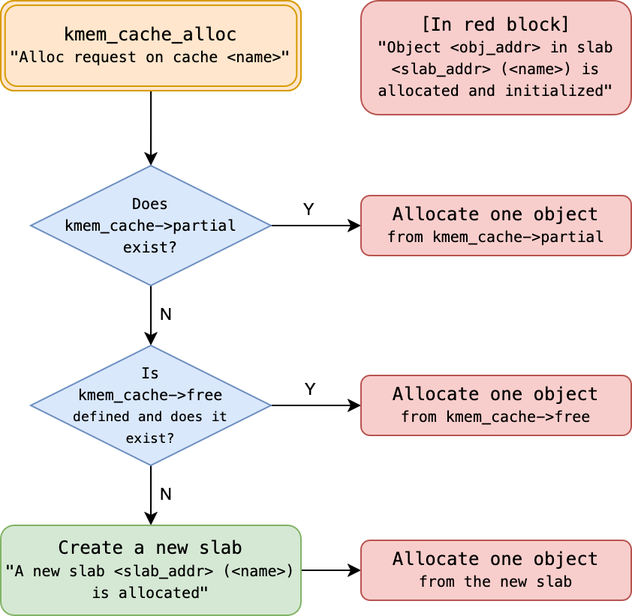
Shiritai/xv6-ntu-mp keeps this draw.io diagram as doc/img/mp2-slab-alloc.png. Above is the earlier version. Source tidied: cells renumbered, new cells last; positions are measured from the earlier drawing's top-left corner, leaving out a move shared by most shapes.
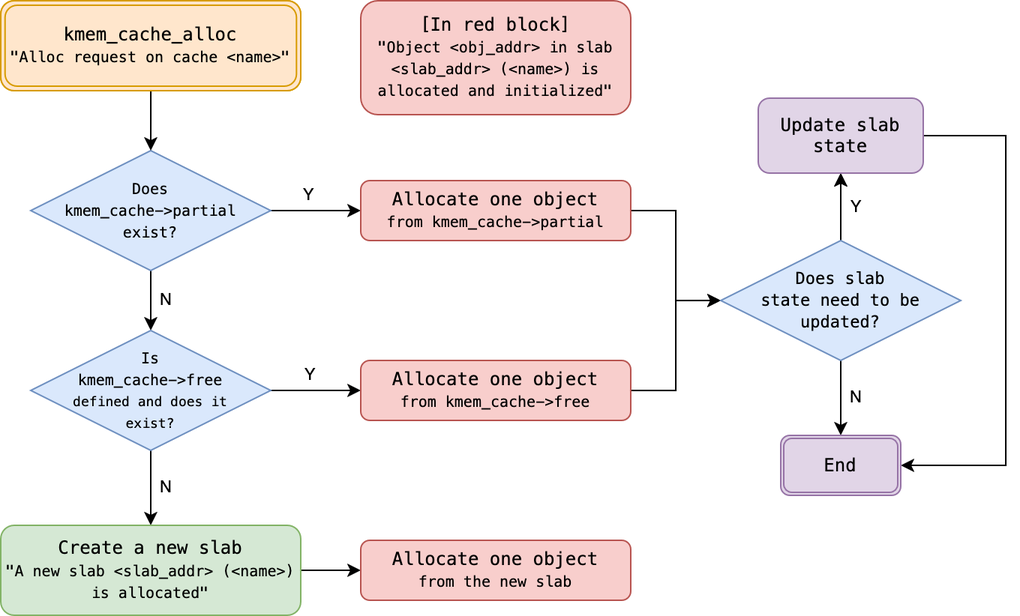
The same file after the commit.

Commit message:
[doc] Fix misleading flowchart and update doc

Diff of the diagram source:
```diff
@@ -19,10 +19,13 @@
       </mxGeometry>
     </mxCell>
     <mxCell id="6" value="&lt;div&gt;&lt;font style=&quot;font-size: 10px;&quot; face=&quot;MesloLGM Nerd Font&quot;&gt;Does&lt;br&gt;kmem_cache-&amp;gt;partial&lt;/font&gt;&lt;/div&gt;&lt;div&gt;&lt;font style=&quot;font-size: 10px;&quot; face=&quot;MesloLGM Nerd Font&quot;&gt;exist?&lt;/font&gt;&lt;/div&gt;" style="rhombus;whiteSpace=wrap;html=1;fillColor=#dae8fc;strokeColor=#6c8ebf;rounded=0;" parent="1" vertex="1">
-      <mxGeometry x="20" y="110" width="160" height="80" as="geometry" />
+      <mxGeometry x="-140" y="90" width="160" height="80" as="geometry" />
     </mxCell>
+    <mxCell id="22" style="edgeStyle=orthogonalEdgeStyle;rounded=0;jettySize=auto;html=1;entryX=0;entryY=0.5;entryDx=0;entryDy=0;" parent="1" edge="1" source="7" target="27">
+      <mxGeometry relative="1" as="geometry" />
+    </mxCell>
     <mxCell id="7" value="&lt;div&gt;&lt;font face=&quot;MesloLGM Nerd Font&quot;&gt;Allocate one &lt;/font&gt;&lt;font face=&quot;MesloLGM Nerd Font&quot;&gt;object&lt;/font&gt;&lt;/div&gt;&lt;div&gt;&lt;font style=&quot;font-size: 10px;&quot; face=&quot;MesloLGM Nerd Font&quot;&gt;from &lt;font&gt;kmem_cache-&amp;gt;partial&lt;/font&gt;&lt;/font&gt;&lt;/div&gt;" style="rounded=1;whiteSpace=wrap;html=1;fillColor=#f8cecc;strokeColor=#b85450;" parent="1" vertex="1">
-      <mxGeometry x="240" y="130" width="180" height="40" as="geometry" />
+      <mxGeometry x="80" y="110" width="180" height="40" as="geometry" />
     </mxCell>
     <mxCell id="8" value="N" style="edgeStyle=orthogonalEdgeStyle;rounded=0;jettySize=auto;html=1;entryX=0.5;entryY=0;entryDx=0;entryDy=0;labelBackgroundColor=none;" parent="1" edge="1" source="11" target="14">
       <mxGeometry y="10" relative="1" as="geometry" />
@@ -36,28 +39,31 @@
       </mxGeometry>
     </mxCell>
     <mxCell id="11" value="&lt;div&gt;&lt;font style=&quot;font-size: 10px;&quot; face=&quot;MesloLGM Nerd Font&quot;&gt;Is&lt;br&gt;kmem_cache-&amp;gt;free&lt;/font&gt;&lt;/div&gt;&lt;div&gt;&lt;font style=&quot;font-size: 9px;&quot; face=&quot;MesloLGM Nerd Font&quot;&gt;defined and does it&lt;/font&gt;&lt;/div&gt;&lt;div&gt;&lt;font style=&quot;font-size: 9px;&quot; face=&quot;MesloLGM Nerd Font&quot;&gt;exist?&lt;/font&gt;&lt;/div&gt;" style="rhombus;whiteSpace=wrap;html=1;fillColor=#dae8fc;strokeColor=#6c8ebf;rounded=0;" parent="1" vertex="1">
-      <mxGeometry x="20" y="230" width="160" height="80" as="geometry" />
+      <mxGeometry x="-140" y="210" width="160" height="80" as="geometry" />
     </mxCell>
+    <mxCell id="23" style="edgeStyle=orthogonalEdgeStyle;rounded=0;jettySize=auto;html=1;entryX=0;entryY=0.5;entryDx=0;entryDy=0;" parent="1" edge="1" source="12" target="27">
+      <mxGeometry relative="1" as="geometry" />
+    </mxCell>
     <mxCell id="12" value="&lt;div&gt;&lt;font face=&quot;MesloLGM Nerd Font&quot;&gt;Allocate one &lt;/font&gt;&lt;font face=&quot;MesloLGM Nerd Font&quot;&gt;object&lt;/font&gt;&lt;div&gt;&lt;font style=&quot;font-size: 10px;&quot; face=&quot;MesloLGM Nerd Font&quot;&gt;from &lt;font&gt;kmem_cache-&amp;gt;free&lt;/font&gt;&lt;/font&gt;&lt;/div&gt;&lt;/div&gt;" style="rounded=1;whiteSpace=wrap;html=1;fillColor=#f8cecc;strokeColor=#b85450;" parent="1" vertex="1">
-      <mxGeometry x="240" y="250" width="180" height="40" as="geometry" />
+      <mxGeometry x="80" y="230" width="180" height="40" as="geometry" />
     </mxCell>
     <mxCell id="13" style="edgeStyle=orthogonalEdgeStyle;rounded=0;jettySize=auto;html=1;entryX=0;entryY=0.5;entryDx=0;entryDy=0;" parent="1" edge="1" source="14" target="16">
       <mxGeometry relative="1" as="geometry" />
     </mxCell>
     <mxCell id="14" value="&lt;div&gt;&lt;font face=&quot;MesloLGM Nerd Font&quot;&gt;Create a new slab&lt;br&gt;&lt;font style=&quot;font-size: 10px;&quot;&gt;&quot;A new slab &amp;lt;slab_addr&amp;gt; (&amp;lt;name&amp;gt;) is allocated&quot;&lt;/font&gt;&lt;/font&gt;&lt;/div&gt;" style="rounded=1;whiteSpace=wrap;html=1;fillColor=#d5e8d4;strokeColor=#82b366;" parent="1" vertex="1">
-      <mxGeometry y="350" width="200" height="60" as="geometry" />
+      <mxGeometry x="-160" y="340" width="200" height="60" as="geometry" />
     </mxCell>
     <mxCell id="15" style="edgeStyle=orthogonalEdgeStyle;rounded=0;jettySize=auto;html=1;entryX=0.5;entryY=0;entryDx=0;entryDy=0;" parent="1" edge="1" source="21" target="6">
       <mxGeometry relative="1" as="geometry" />
     </mxCell>
     <mxCell id="16" value="&lt;div&gt;&lt;font face=&quot;MesloLGM Nerd Font&quot;&gt;Allocate one object&lt;/font&gt;&lt;/div&gt;&lt;font style=&quot;font-size: 10px;&quot; face=&quot;MesloLGM Nerd Font&quot;&gt;from the new slab&lt;/font&gt;" style="rounded=1;whiteSpace=wrap;html=1;fillColor=#f8cecc;strokeColor=#b85450;" parent="1" vertex="1">
-      <mxGeometry x="240" y="360" width="180" height="40" as="geometry" />
+      <mxGeometry x="80" y="350" width="180" height="40" as="geometry" />
     </mxCell>
     <mxCell id="17" value="&lt;font face=&quot;MesloLGM Nerd Font&quot;&gt;[In red block]&lt;/font&gt;&lt;div&gt;&lt;font face=&quot;MesloLGM Nerd Font&quot; style=&quot;font-size: 10px;&quot;&gt;&quot;Object &amp;lt;obj_addr&amp;gt; in slab &amp;lt;slab_addr&amp;gt; (&amp;lt;name&amp;gt;) is allocated and initialized&quot;&lt;/font&gt;&lt;/div&gt;" style="rounded=1;whiteSpace=wrap;html=1;fillColor=#f8cecc;strokeColor=#b85450;" parent="1" vertex="1">
-      <mxGeometry x="240" width="180" height="76" as="geometry" />
+      <mxGeometry x="80" y="-10" width="180" height="76" as="geometry" />
     </mxCell>
     <mxCell id="18" style="group;" parent="1" vertex="1">
-      <mxGeometry width="200" height="60" as="geometry" />
+      <mxGeometry x="-160" y="-10" width="200" height="60" as="geometry" />
     </mxCell>
     <mxCell id="19" value="&lt;font face=&quot;MesloLGM Nerd Font&quot;&gt;kmem_cache_alloc&lt;/font&gt;" style="rounded=1;whiteSpace=wrap;html=1;fillColor=#ffe6cc;strokeColor=#d79b00;glass=0;" parent="18" vertex="1">
       <mxGeometry width="200" height="60" as="geometry" />
@@ -68,5 +74,37 @@
     <mxCell id="21" value="&lt;div&gt;&lt;font face=&quot;MesloLGM Nerd Font&quot;&gt;kmem_cache_alloc&lt;/font&gt;&lt;/div&gt;&lt;font style=&quot;font-size: 10px;&quot; face=&quot;MesloLGM Nerd Font&quot;&gt;&quot;Alloc request on cache &amp;lt;name&amp;gt;&quot;&lt;/font&gt;" style="rounded=1;whiteSpace=wrap;html=1;fillColor=#ffe6cc;strokeColor=#d79b00;glass=0;" parent="18" vertex="1">
       <mxGeometry x="2.9" y="3" width="194.3" height="54" as="geometry" />
     </mxCell>
+    <mxCell id="24" style="edgeStyle=orthogonalEdgeStyle;rounded=0;jettySize=auto;html=1;entryX=0.5;entryY=1;entryDx=0;entryDy=0;" parent="1" edge="1" source="27" target="29">
+      <mxGeometry relative="1" as="geometry" />
+    </mxCell>
+    <mxCell id="25" value="N" style="edgeStyle=orthogonalEdgeStyle;rounded=0;jettySize=auto;html=1;entryX=0.5;entryY=0;entryDx=0;entryDy=0;labelBackgroundColor=none;" parent="1" edge="1" source="27" target="31">
+      <mxGeometry y="10" relative="1" as="geometry" />
+    </mxCell>
+    <mxCell id="26" value="&lt;div&gt;Y&lt;/div&gt;" style="edgeStyle=orthogonalEdgeStyle;rounded=0;jettySize=auto;html=1;labelBackgroundColor=none;" parent="1" edge="1" source="27" target="29">
+      <mxGeometry y="-10" relative="1" as="geometry" />
+    </mxCell>
+    <mxCell id="27" value="&lt;div&gt;&lt;font style=&quot;font-size: 11px;&quot; face=&quot;MesloLGM Nerd Font&quot;&gt;Does slab&lt;/font&gt;&lt;/div&gt;&lt;div&gt;&lt;font style=&quot;font-size: 11px;&quot; face=&quot;MesloLGM Nerd Font&quot;&gt;state need to be&lt;/font&gt;&lt;/div&gt;&lt;div&gt;&lt;font style=&quot;font-size: 11px;&quot; face=&quot;MesloLGM Nerd Font&quot;&gt;updated?&lt;/font&gt;&lt;/div&gt;" style="rhombus;whiteSpace=wrap;html=1;fillColor=#dae8fc;strokeColor=#6c8ebf;rounded=0;" parent="1" vertex="1">
+      <mxGeometry x="320" y="150" width="160" height="80" as="geometry" />
+    </mxCell>
+    <mxCell id="28" style="edgeStyle=orthogonalEdgeStyle;rounded=0;jettySize=auto;html=1;entryX=1;entryY=0.5;entryDx=0;entryDy=0;" parent="1" edge="1" source="29" target="31">
+      <mxGeometry relative="1" as="geometry">
+        <Array as="points">
+          <mxPoint x="510" y="80" />
+          <mxPoint x="510" y="300" />
+        </Array>
+      </mxGeometry>
+    </mxCell>
+    <mxCell id="29" value="Update slab state" style="rounded=1;whiteSpace=wrap;html=1;fillColor=#e1d5e7;strokeColor=#9673a6;fontFamily=MesloLGM Nerd Font;" parent="1" vertex="1">
+      <mxGeometry x="345" y="55" width="110" height="50" as="geometry" />
+    </mxCell>
+    <mxCell id="30" style="group;" parent="1" vertex="1">
+      <mxGeometry x="360" y="280" width="80" height="40" as="geometry" />
+    </mxCell>
+    <mxCell id="31" value="End" style="rounded=1;whiteSpace=wrap;html=1;fillColor=#e1d5e7;strokeColor=#9673a6;fontFamily=MesloLGM Nerd Font;" parent="30" vertex="1">
+      <mxGeometry width="80" height="40" as="geometry" />
+    </mxCell>
+    <mxCell id="32" value="End" style="rounded=1;whiteSpace=wrap;html=1;fillColor=#e1d5e7;strokeColor=#9673a6;fontFamily=MesloLGM Nerd Font;" parent="30" vertex="1">
+      <mxGeometry x="2" y="2" width="76" height="36" as="geometry" />
+    </mxCell>
   </root>
 </mxGraphModel>
```
